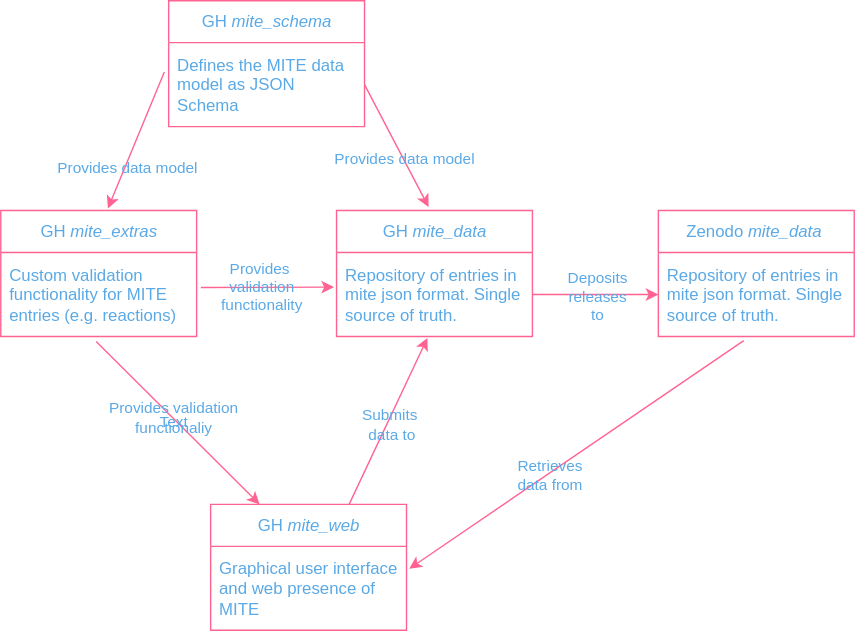
Earlier version of the draw.io export profile/mite_standard_repo_dependency_graph.drawio.svg (mite-standard/.github). Source tidied: cells renumbered, new cells last; positions are measured from the earlier drawing's top-left corner, leaving out a move shared by most shapes.
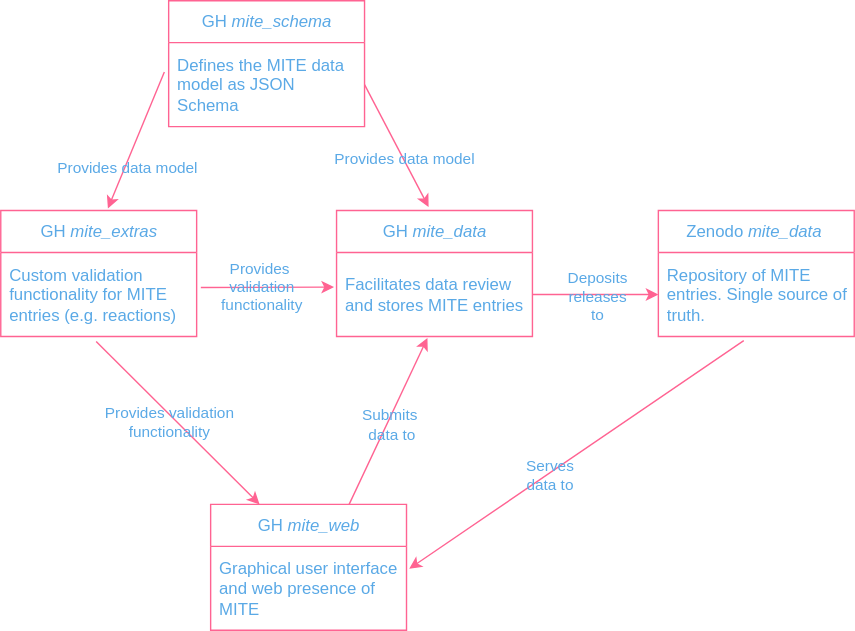
After the change.

The edit, as a diff of the source:
```diff
@@ -11,7 +11,7 @@
     <mxCell id="4" value="GH&lt;i&gt; mite_data&lt;/i&gt;" style="swimlane;fontStyle=0;horizontal=1;startSize=30;whiteSpace=wrap;html=1;fillColor=none;labelBackgroundColor=none;strokeColor=#FF6392;fontColor=#5AA9E6;" parent="1" vertex="1">
       <mxGeometry x="240" y="150" width="140" height="90" as="geometry" />
     </mxCell>
-    <mxCell id="5" value="&lt;div&gt;Repository of entries in mite json format. Single source of truth.&lt;br&gt;&lt;/div&gt;" style="text;fillColor=none;align=left;verticalAlign=middle;spacingLeft=4;spacingRight=4;overflow=hidden;points=[[0,0.5],[1,0.5]];portConstraint=eastwest;whiteSpace=wrap;html=1;labelBackgroundColor=none;fontColor=#5AA9E6;" parent="4" vertex="1">
+    <mxCell id="5" value="&lt;div&gt;Facilitates data review and stores MITE entries&lt;/div&gt;" style="text;fillColor=none;align=left;verticalAlign=middle;spacingLeft=4;spacingRight=4;overflow=hidden;points=[[0,0.5],[1,0.5]];portConstraint=eastwest;whiteSpace=wrap;html=1;labelBackgroundColor=none;fontColor=#5AA9E6;" parent="4" vertex="1">
       <mxGeometry y="30" width="140" height="60" as="geometry" />
     </mxCell>
     <mxCell id="6" value="GH&amp;nbsp;&lt;i&gt;mite_extras&lt;/i&gt;" style="swimlane;fontStyle=0;horizontal=1;startSize=30;whiteSpace=wrap;html=1;fillColor=none;labelBackgroundColor=none;strokeColor=#FF6392;fontColor=#5AA9E6;" parent="1" vertex="1">
@@ -57,24 +57,21 @@
     <mxCell id="18" style="endArrow=classic;html=1;rounded=0;exitX=0.487;exitY=1.061;exitDx=0;exitDy=0;exitPerimeter=0;entryX=0.25;entryY=0;entryDx=0;entryDy=0;fillColor=none;fontColor=default;labelBackgroundColor=none;strokeColor=#FF6392;" parent="1" edge="1" source="7" target="8">
       <mxGeometry relative="1" as="geometry" />
     </mxCell>
-    <mxCell id="19" value="Text" style="edgeLabel;html=1;align=center;verticalAlign=middle;labelBackgroundColor=none;fontColor=#5AA9E6;" parent="18" vertex="1">
-      <mxGeometry x="-0.05" y="-3" relative="1" as="geometry">
-        <mxPoint y="-1" as="offset" />
-      </mxGeometry>
-    </mxCell>
-    <mxCell id="20" value="&lt;div&gt;Provides validation&lt;/div&gt;&lt;div&gt;functionaliy&lt;/div&gt;" style="edgeLabel;html=1;align=center;verticalAlign=middle;labelBackgroundColor=none;fontColor=#5AA9E6;" parent="18" vertex="1">
-      <mxGeometry x="-0.06" relative="1" as="geometry" />
-    </mxCell>
+    <mxCell id="27" value="&lt;div&gt;Provides validation&lt;/div&gt;&lt;div&gt;functionality&lt;/div&gt;" style="edgeLabel;html=1;align=center;verticalAlign=middle;labelBackgroundColor=none;fontColor=#5AA9E6;" parent="18" vertex="1">
+      <mxGeometry x="-0.09" y="-5" relative="1" as="geometry">
+        <mxPoint x="2" as="offset" />
+      </mxGeometry>
+    </mxCell>
     <mxCell id="21" style="endArrow=classic;html=1;rounded=0;entryX=1.014;entryY=0.267;entryDx=0;entryDy=0;exitX=0.436;exitY=1.05;exitDx=0;exitDy=0;exitPerimeter=0;entryPerimeter=0;labelBackgroundColor=none;strokeColor=#FF6392;fontColor=default;" parent="1" edge="1" source="24" target="9">
       <mxGeometry relative="1" as="geometry" />
     </mxCell>
-    <mxCell id="22" value="&lt;div&gt;Retrieves&lt;/div&gt;&lt;div&gt;data from&lt;/div&gt;" style="edgeLabel;html=1;align=center;verticalAlign=middle;labelBackgroundColor=none;fontColor=#5AA9E6;" parent="21" vertex="1">
+    <mxCell id="22" value="&lt;div&gt;Serves&lt;/div&gt;&lt;div&gt;data to&lt;/div&gt;" style="edgeLabel;html=1;align=center;verticalAlign=middle;labelBackgroundColor=none;fontColor=#5AA9E6;" parent="21" vertex="1">
       <mxGeometry x="0.17" relative="1" as="geometry" />
     </mxCell>
     <mxCell id="23" value="Zenodo&lt;i&gt; mite_data&amp;nbsp;&lt;/i&gt;" style="swimlane;fontStyle=0;horizontal=1;startSize=30;whiteSpace=wrap;html=1;fillColor=none;labelBackgroundColor=none;strokeColor=#FF6392;fontColor=#5AA9E6;" parent="1" vertex="1">
       <mxGeometry x="470" y="150" width="140" height="90" as="geometry" />
     </mxCell>
-    <mxCell id="24" value="&lt;div&gt;Repository of entries in mite json format. Single source of truth.&lt;br&gt;&lt;/div&gt;" style="text;fillColor=none;align=left;verticalAlign=middle;spacingLeft=4;spacingRight=4;overflow=hidden;points=[[0,0.5],[1,0.5]];portConstraint=eastwest;whiteSpace=wrap;html=1;labelBackgroundColor=none;fontColor=#5AA9E6;" parent="23" vertex="1">
+    <mxCell id="24" value="&lt;div&gt;Repository of MITE entries. Single source of truth.&lt;/div&gt;" style="text;fillColor=none;align=left;verticalAlign=middle;spacingLeft=4;spacingRight=4;overflow=hidden;points=[[0,0.5],[1,0.5]];portConstraint=eastwest;whiteSpace=wrap;html=1;labelBackgroundColor=none;fontColor=#5AA9E6;" parent="23" vertex="1">
       <mxGeometry y="30" width="140" height="60" as="geometry" />
     </mxCell>
     <mxCell id="25" style="edgeStyle=orthogonalEdgeStyle;rounded=0;jettySize=auto;html=1;entryX=0;entryY=0.5;entryDx=0;entryDy=0;labelBackgroundColor=none;strokeColor=#FF6392;fontColor=default;" parent="1" edge="1" source="5" target="24">
```
